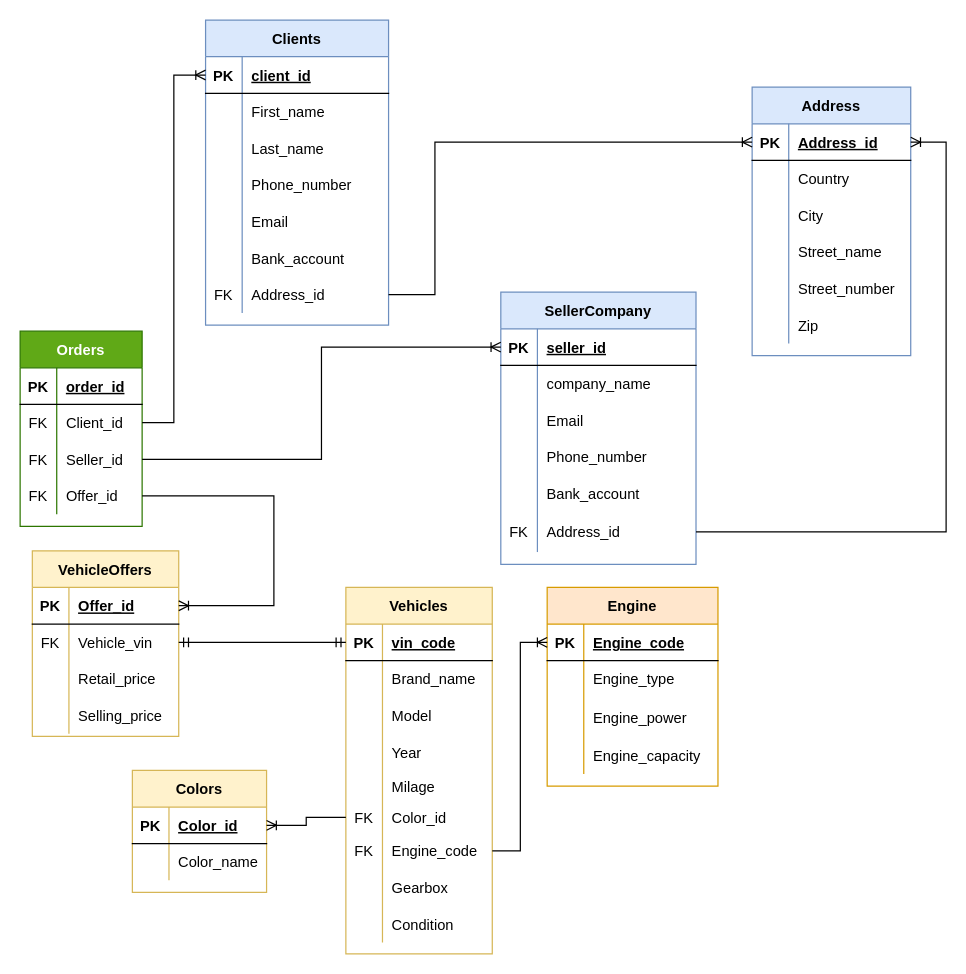
This is page "Page-1" (1 of 2) of Car Marketplace.drawio from kstekels/Car-Marketplace, a draw.io file, before an edit. Source tidied: cells renumbered, new cells numbered last; positions are measured from the earlier drawing's top-left corner, leaving out a move shared by most shapes. Both pictures are drawn from the tidied source at 122%, with x=0, y=0 at pixel (20, 20).
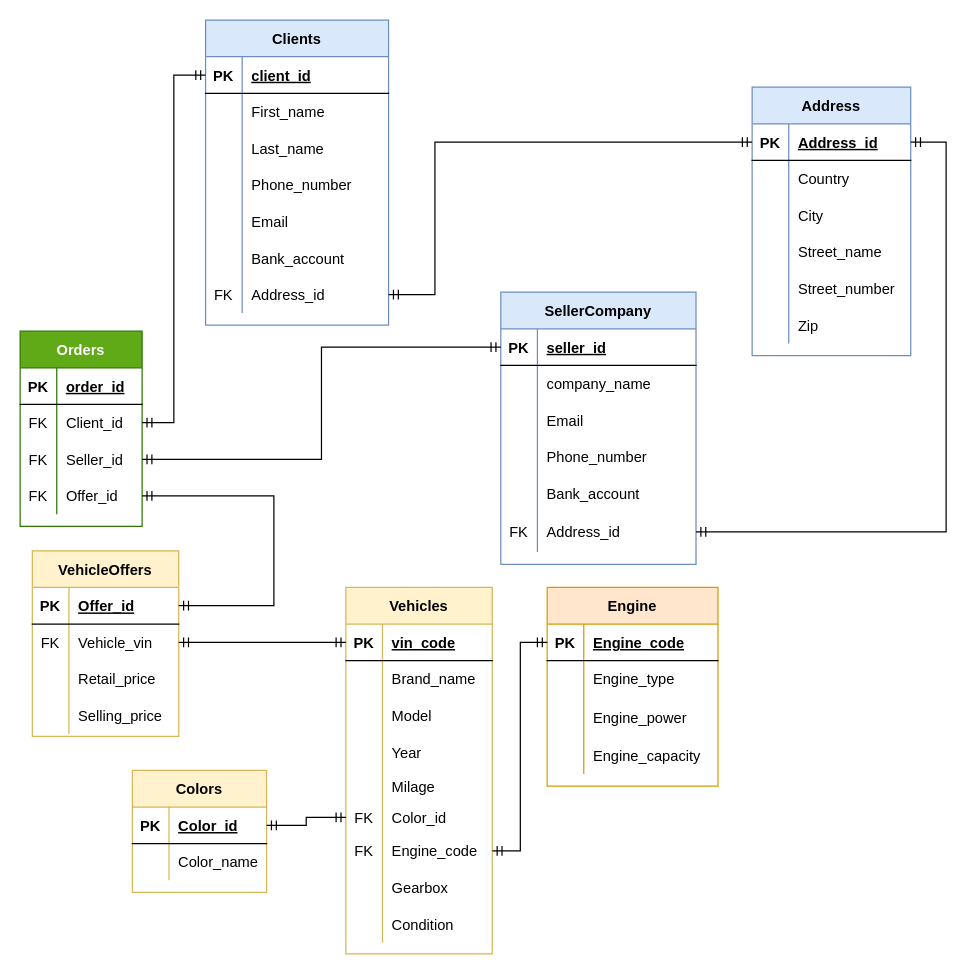
After the change.

Unchanged cells that the change refers to:
```xml
<mxCell id="3" style="shape=partialRectangle;fillColor=none;top=0;left=0;bottom=1;right=0;points=[[0,0.5],[1,0.5]];portConstraint=eastwest;" parent="2" vertex="1">
  <mxGeometry y="30" width="160" height="30" as="geometry" />
</mxCell>
<mxCell id="18" style="shape=partialRectangle;fillColor=none;top=0;left=0;bottom=0;right=0;points=[[0,0.5],[1,0.5]];portConstraint=eastwest;" parent="2" vertex="1">
  <mxGeometry y="180" width="160" height="33" as="geometry" />
</mxCell>
<mxCell id="22" style="shape=partialRectangle;fillColor=none;top=0;left=0;bottom=1;right=0;points=[[0,0.5],[1,0.5]];portConstraint=eastwest;" parent="21" vertex="1">
  <mxGeometry y="30" width="130" height="30" as="geometry" />
</mxCell>
<mxCell id="41" style="shape=partialRectangle;fillColor=none;top=0;left=0;bottom=1;right=0;points=[[0,0.5],[1,0.5]];portConstraint=eastwest;" parent="40" vertex="1">
  <mxGeometry y="30" width="150" height="30" as="geometry" />
</mxCell>
<mxCell id="59" style="shape=partialRectangle;fillColor=none;top=0;left=0;bottom=0;right=0;points=[[0,0.5],[1,0.5]];portConstraint=eastwest;" parent="40" vertex="1">
  <mxGeometry y="210" width="150" height="30" as="geometry" />
</mxCell>
<mxCell id="63" style="shape=partialRectangle;fillColor=none;top=0;left=0;bottom=1;right=0;points=[[0,0.5],[1,0.5]];portConstraint=eastwest;" parent="62" vertex="1">
  <mxGeometry y="30" width="120" height="30" as="geometry" />
</mxCell>
<mxCell id="91" style="shape=partialRectangle;fillColor=none;top=0;left=0;bottom=0;right=0;points=[[0,0.5],[1,0.5]];portConstraint=eastwest;" parent="75" vertex="1">
  <mxGeometry y="176" width="120" height="25" as="geometry" />
</mxCell>
<mxCell id="94" style="shape=partialRectangle;fillColor=none;top=0;left=0;bottom=0;right=0;points=[[0,0.5],[1,0.5]];portConstraint=eastwest;" parent="75" vertex="1">
  <mxGeometry y="201" width="120" height="30" as="geometry" />
</mxCell>
<mxCell id="104" style="shape=partialRectangle;fillColor=none;top=0;left=0;bottom=1;right=0;points=[[0,0.5],[1,0.5]];portConstraint=eastwest;" parent="103" vertex="1">
  <mxGeometry y="30" width="110" height="30" as="geometry" />
</mxCell>
<mxCell id="111" style="shape=partialRectangle;fillColor=none;top=0;left=0;bottom=1;right=0;points=[[0,0.5],[1,0.5]];portConstraint=eastwest;" parent="110" vertex="1">
  <mxGeometry y="30" width="140" height="30" as="geometry" />
</mxCell>
<mxCell id="127" style="shape=partialRectangle;fillColor=none;top=0;left=0;bottom=0;right=0;points=[[0,0.5],[1,0.5]];portConstraint=eastwest;" parent="123" vertex="1">
  <mxGeometry y="60" width="100" height="30" as="geometry" />
</mxCell>
<mxCell id="130" style="shape=partialRectangle;fillColor=none;top=0;left=0;bottom=0;right=0;points=[[0,0.5],[1,0.5]];portConstraint=eastwest;" parent="123" vertex="1">
  <mxGeometry y="90" width="100" height="30" as="geometry" />
</mxCell>
<mxCell id="133" style="shape=partialRectangle;fillColor=none;top=0;left=0;bottom=0;right=0;points=[[0,0.5],[1,0.5]];portConstraint=eastwest;" parent="123" vertex="1">
  <mxGeometry y="120" width="100" height="30" as="geometry" />
</mxCell>
```

Diff of the diagram source:
```diff
@@
-    <mxCell id="136" style="edgeStyle=elbowEdgeStyle;fontSize=12;html=1;endArrow=ERoneToMany;rounded=0;" parent="1" edge="1" source="127" target="41">
+    <mxCell id="136" style="edgeStyle=elbowEdgeStyle;fontSize=12;html=1;endArrow=ERmandOne;rounded=0;endFill=0;startArrow=ERmandOne;startFill=0;" parent="1" edge="1" source="127" target="41">
       <mxGeometry relative="1" as="geometry" />
     </mxCell>
-    <mxCell id="137" style="edgeStyle=elbowEdgeStyle;fontSize=12;html=1;endArrow=ERoneToMany;rounded=0;" parent="1" edge="1" source="130" target="3">
+    <mxCell id="137" style="edgeStyle=elbowEdgeStyle;fontSize=12;html=1;endArrow=ERmandOne;rounded=0;endFill=0;startArrow=ERmandOne;startFill=0;" parent="1" edge="1" source="130" target="3">
       <mxGeometry relative="1" as="geometry" />
     </mxCell>
-    <mxCell id="138" style="edgeStyle=elbowEdgeStyle;fontSize=12;html=1;endArrow=ERoneToMany;rounded=0;" parent="1" edge="1" source="133" target="63">
+    <mxCell id="138" style="edgeStyle=elbowEdgeStyle;fontSize=12;html=1;endArrow=ERmandOne;rounded=0;endFill=0;startArrow=ERmandOne;startFill=0;" parent="1" edge="1" source="133" target="63">
       <mxGeometry relative="1" as="geometry">
         <Array as="points">
           <mxPoint x="208" y="422" />
         </Array>
       </mxGeometry>
     </mxCell>
-    <mxCell id="139" style="edgeStyle=elbowEdgeStyle;fontSize=12;html=1;endArrow=ERoneToMany;rounded=0;entryX=0;entryY=0.5;entryDx=0;entryDy=0;" parent="1" edge="1" source="94" target="111">
+    <mxCell id="139" style="edgeStyle=elbowEdgeStyle;fontSize=12;html=1;endArrow=ERmandOne;rounded=0;entryX=0;entryY=0.5;entryDx=0;entryDy=0;endFill=0;startArrow=ERmandOne;startFill=0;" parent="1" edge="1" source="94" target="111">
       <mxGeometry relative="1" as="geometry" />
     </mxCell>
-    <mxCell id="140" style="edgeStyle=orthogonalEdgeStyle;fontSize=12;html=1;endArrow=ERoneToMany;rounded=0;entryX=1;entryY=0.5;entryDx=0;entryDy=0;" parent="1" edge="1" source="91" target="104">
+    <mxCell id="140" style="edgeStyle=orthogonalEdgeStyle;fontSize=12;html=1;endArrow=ERmandOne;rounded=0;entryX=1;entryY=0.5;entryDx=0;entryDy=0;endFill=0;startArrow=ERmandOne;startFill=0;" parent="1" edge="1" source="91" target="104">
       <mxGeometry relative="1" as="geometry" />
     </mxCell>
-    <mxCell id="141" style="edgeStyle=elbowEdgeStyle;fontSize=12;html=1;endArrow=ERoneToMany;rounded=0;" parent="1" edge="1" source="59" target="22">
+    <mxCell id="141" style="edgeStyle=elbowEdgeStyle;fontSize=12;html=1;endArrow=ERmandOne;rounded=0;endFill=0;startArrow=ERmandOne;startFill=0;" parent="1" edge="1" source="59" target="22">
       <mxGeometry relative="1" as="geometry">
         <Array as="points">
           <mxPoint x="340" y="160" />
         </Array>
       </mxGeometry>
     </mxCell>
-    <mxCell id="142" style="edgeStyle=elbowEdgeStyle;fontSize=12;html=1;endArrow=ERoneToMany;rounded=0;" parent="1" edge="1" source="18" target="22">
+    <mxCell id="142" style="edgeStyle=elbowEdgeStyle;fontSize=12;html=1;endArrow=ERmandOne;rounded=0;endFill=0;startArrow=ERmandOne;startFill=0;" parent="1" edge="1" source="18" target="22">
       <mxGeometry relative="1" as="geometry">
         <Array as="points">
           <mxPoint x="759" y="273" />
         </Array>
       </mxGeometry>
     </mxCell>
```
